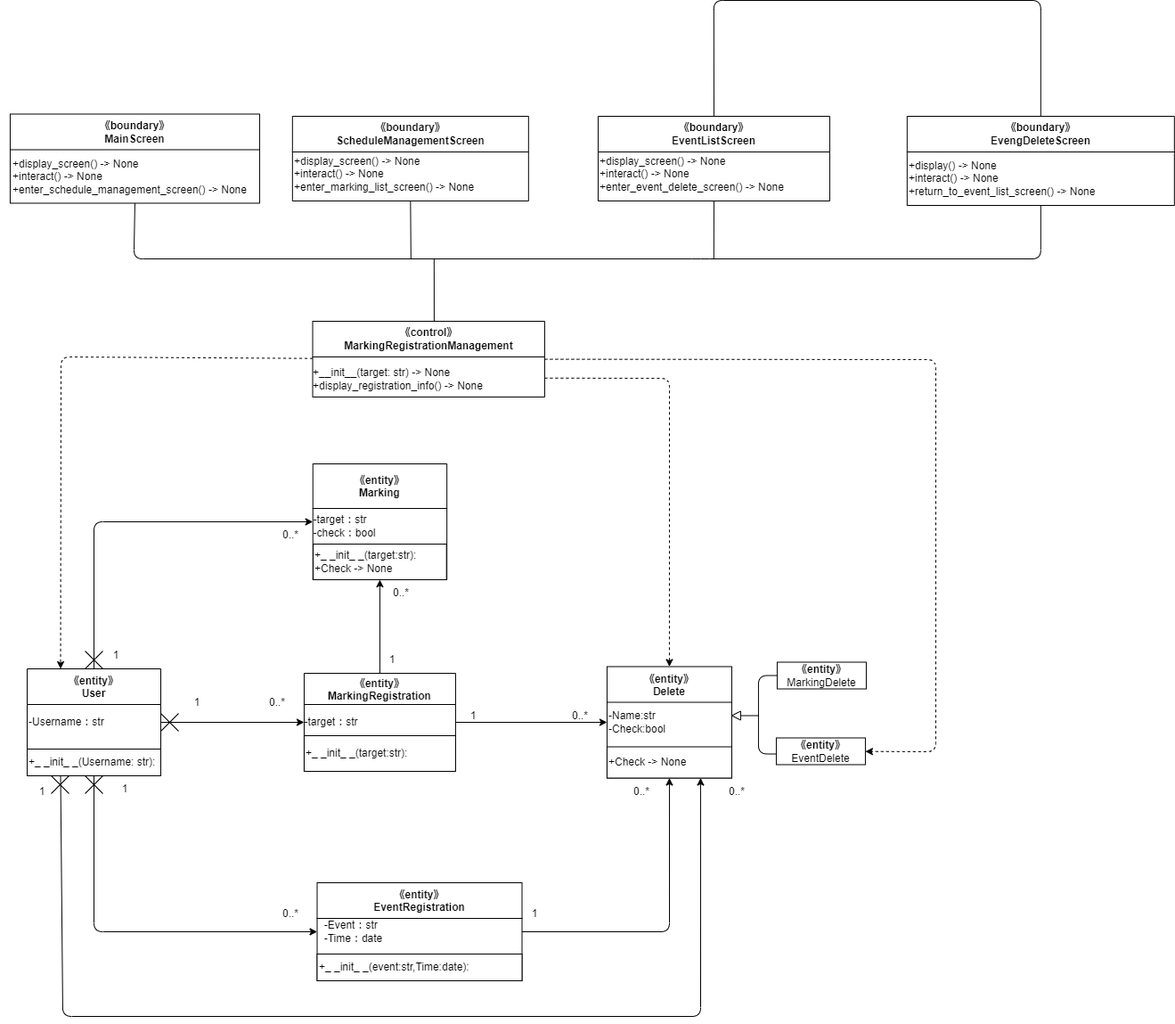
Earlier version of the draw.io export Design/設計Class11.drawio.png (Hu-Hanxu/First-App-Self-Management-). Source tidied: cells renumbered, new cells last; positions are measured from the earlier drawing's top-left corner, leaving out a move shared by most shapes.
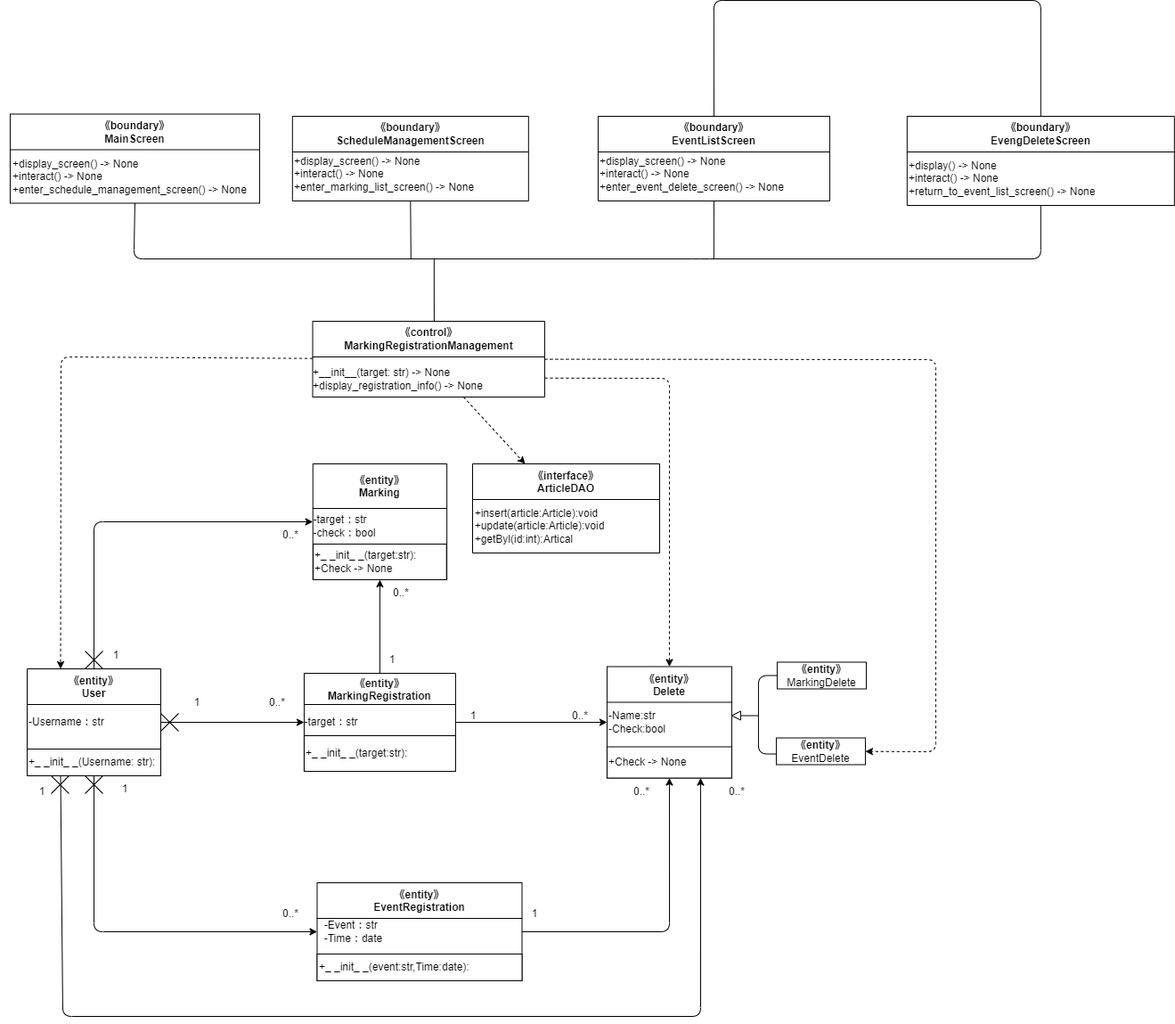
The same file after the commit.

Diff of the diagram source:
```diff
@@ -294,5 +294,14 @@
         </Array>
       </mxGeometry>
     </mxCell>
+    <mxCell id="73" style="edgeStyle=none;html=1;dashed=1;" parent="1" edge="1" source="2" target="74">
+      <mxGeometry relative="1" as="geometry" />
+    </mxCell>
+    <mxCell id="74" value="《interface》&#10;ArticleDAO" style="swimlane;startSize=40;" parent="1" vertex="1">
+      <mxGeometry x="530" y="520" width="210" height="100" as="geometry" />
+    </mxCell>
+    <mxCell id="75" value="&lt;div style=&quot;text-align: left;&quot;&gt;&lt;span style=&quot;background-color: initial;&quot;&gt;+insert(article:Article):void&lt;/span&gt;&lt;/div&gt;&lt;div style=&quot;text-align: left;&quot;&gt;&lt;span style=&quot;background-color: initial;&quot;&gt;+update(article:Article):void&lt;/span&gt;&lt;/div&gt;&lt;div style=&quot;text-align: left;&quot;&gt;&lt;span style=&quot;background-color: initial;&quot;&gt;+getByl(id:int):Artical&lt;/span&gt;&lt;/div&gt;" style="text;html=1;align=center;verticalAlign=middle;strokeColor=none;fillColor=none;" parent="74" vertex="1">
+      <mxGeometry x="-10" y="40" width="170" height="60" as="geometry" />
+    </mxCell>
   </root>
 </mxGraphModel>
```
